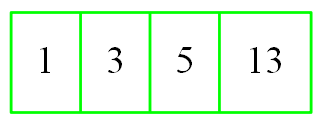
The Graphviz diagram btree.png in montherbasir/EDD_DIC_2019_PY2_201807120, before a commit. Its source is kept beside it as btree.dot.
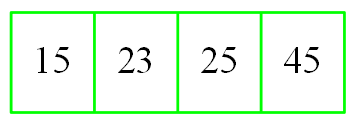
Later version of the same file.

Diff of the diagram source:
```diff
@@ -3,5 +3,5 @@
 rankdir = TB;
 node [shape=record, height=0.5, width=1.5];
 graph[dpi=200];
-"1"[label="1|3|5|13", color="green"];
+"15"[label="15|23|25|45", color="green"];
 }
```
